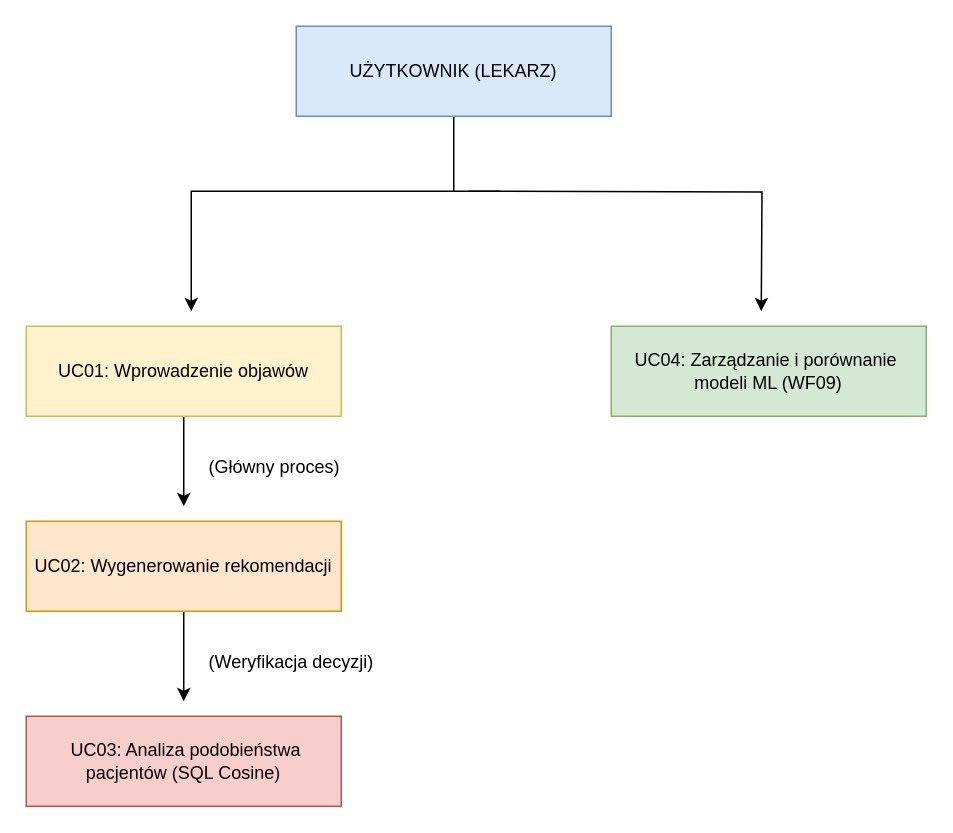
Sanfiona/AuraMed keeps this draw.io diagram as wykresy/Use_Case.drawio. Above is the earlier version. Source tidied: cells renumbered, new cells numbered last; positions are measured from the earlier drawing's top-left corner, leaving out a move shared by most shapes. Both pictures are drawn from the tidied source at 150%, with x=0, y=0 at pixel (26, 26).
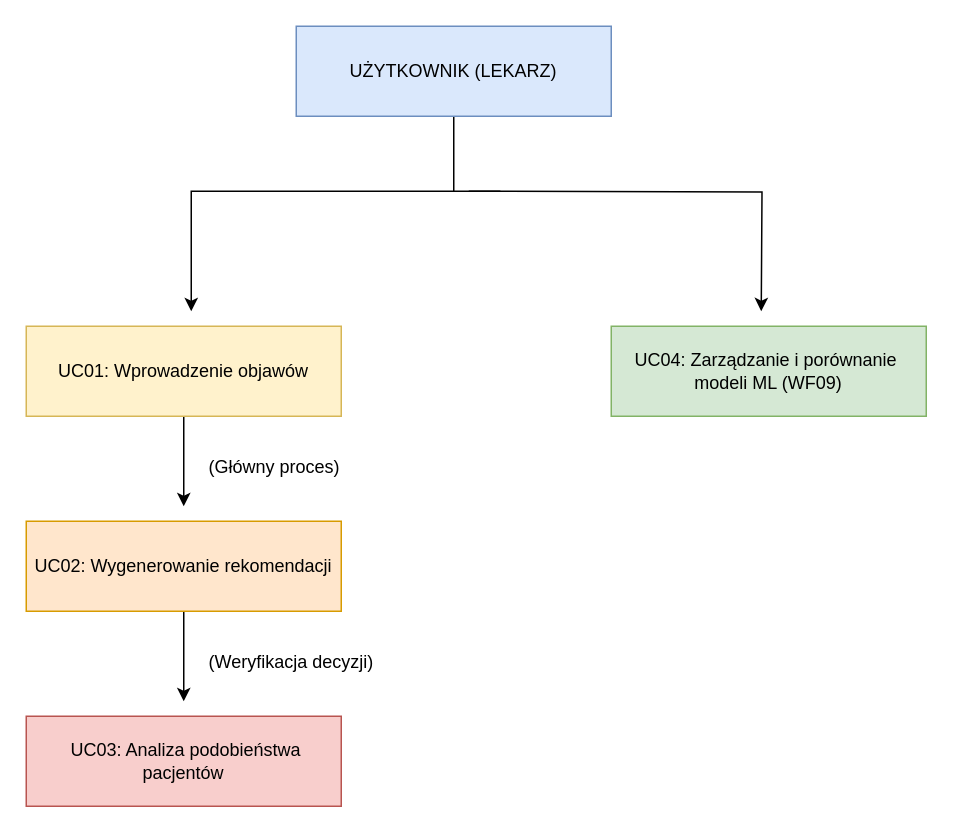
The same page after the edit.

The edit, as a diff of the source:
```diff
@@
 <mxGraphModel>
   <root>
     <mxCell id="0" />
     <mxCell id="1" parent="0" />
     <mxCell id="2" style="edgeStyle=orthogonalEdgeStyle;rounded=0;orthogonalLoop=1;jettySize=auto;html=1;exitX=0.529;exitY=0.985;exitDx=0;exitDy=0;exitPerimeter=0;" parent="1" edge="1">
       <mxGeometry relative="1" as="geometry">
         <mxPoint x="316.1" y="110" as="sourcePoint" />
         <mxPoint x="110" y="190" as="targetPoint" />
         <Array as="points">
           <mxPoint x="110" y="110" />
         </Array>
       </mxGeometry>
     </mxCell>
     <mxCell id="3" style="edgeStyle=orthogonalEdgeStyle;rounded=0;jettySize=auto;html=1;endArrow=none;endFill=0;" parent="1" edge="1" source="4">
       <mxGeometry relative="1" as="geometry">
         <mxPoint x="285" y="110" as="targetPoint" />
       </mxGeometry>
     </mxCell>
     <mxCell id="4" value="UŻYTKOWNIK (LEKARZ)" style="html=1;whiteSpace=wrap;fillColor=#dae8fc;strokeColor=#6c8ebf;" parent="1" vertex="1">
       <mxGeometry x="180" width="210" height="60" as="geometry" />
     </mxCell>
     <mxCell id="5" style="edgeStyle=orthogonalEdgeStyle;rounded=0;orthogonalLoop=1;jettySize=auto;html=1;" parent="1" edge="1">
       <mxGeometry relative="1" as="geometry">
         <mxPoint x="295" y="110" as="sourcePoint" />
         <mxPoint x="490" y="190" as="targetPoint" />
       </mxGeometry>
     </mxCell>
     <mxCell id="6" style="edgeStyle=orthogonalEdgeStyle;rounded=0;jettySize=auto;html=1;" parent="1" edge="1" source="7">
       <mxGeometry relative="1" as="geometry">
         <mxPoint x="105" y="320" as="targetPoint" />
       </mxGeometry>
     </mxCell>
     <mxCell id="7" value="UC01: Wprowadzenie objawów" style="html=1;whiteSpace=wrap;fillColor=#fff2cc;strokeColor=#d6b656;" parent="1" vertex="1">
       <mxGeometry y="200" width="210" height="60" as="geometry" />
     </mxCell>
     <mxCell id="8" value=" UC04: Zarządzanie i porównanie&amp;nbsp; modeli ML (WF09)" style="html=1;whiteSpace=wrap;fillColor=#d5e8d4;strokeColor=#82b366;" parent="1" vertex="1">
       <mxGeometry x="390" y="200" width="210" height="60" as="geometry" />
     </mxCell>
     <mxCell id="9" style="edgeStyle=orthogonalEdgeStyle;rounded=0;jettySize=auto;html=1;" parent="1" edge="1" source="10">
       <mxGeometry relative="1" as="geometry">
         <mxPoint x="105" y="450" as="targetPoint" />
       </mxGeometry>
     </mxCell>
     <mxCell id="10" value="UC02: Wygenerowanie rekomendacji" style="html=1;whiteSpace=wrap;fillColor=#ffe6cc;strokeColor=#d79b00;" parent="1" vertex="1">
       <mxGeometry y="330" width="210" height="60" as="geometry" />
     </mxCell>
-    <mxCell id="11" value="&amp;nbsp;UC03: Analiza podobieństwa pacjentów (SQL Cosine)" style="html=1;whiteSpace=wrap;fillColor=#f8cecc;strokeColor=#b85450;" parent="1" vertex="1">
+    <mxCell id="11" value="&amp;nbsp;UC03: Analiza podobieństwa pacjentów" style="html=1;whiteSpace=wrap;fillColor=#f8cecc;strokeColor=#b85450;" parent="1" vertex="1">
       <mxGeometry y="460" width="210" height="60" as="geometry" />
     </mxCell>
     <mxCell id="12" value="(Główny proces)" style="text;whiteSpace=wrap;html=1;" parent="1" vertex="1">
       <mxGeometry x="120" y="280" width="120" height="40" as="geometry" />
     </mxCell>
     <mxCell id="13" value="(Weryfikacja decyzji)" style="text;whiteSpace=wrap;html=1;" parent="1" vertex="1">
       <mxGeometry x="120" y="410" width="140" height="40" as="geometry" />
     </mxCell>
   </root>
 </mxGraphModel>
```
